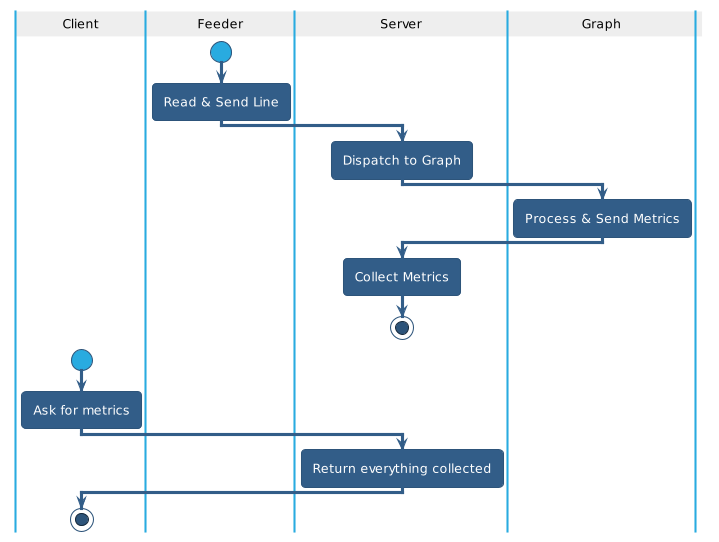
The PlantUML diagram TP2/informe/diagrams/activity.png in FdelMazo/7574-Distribuidos, before a commit.
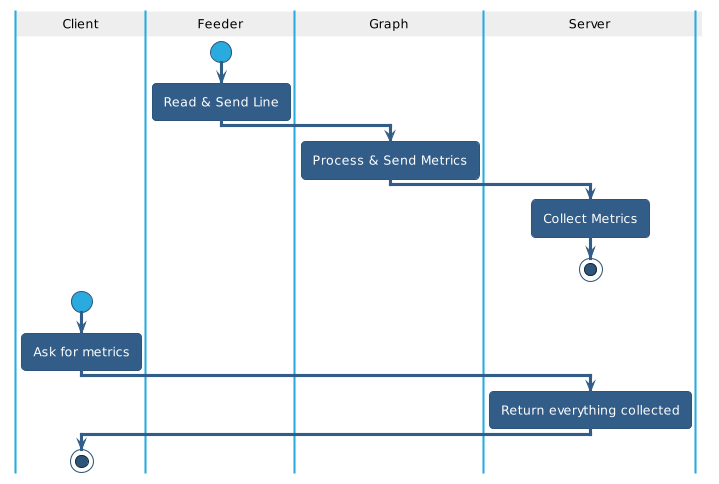
The same file after the commit.

Commit message:
Remove wrong connection between feeder and server

The edit, as a diff of the source:
```diff
@@ -5,14 +5,12 @@
 
 |Client|
 |Feeder|
+|Graph|
 |Server|
-|Graph|
 
 |Feeder|
 start
 :Read & Send Line;
-|Server|
-:Dispatch to Graph;
 |Graph|
 :Process & Send Metrics;
 |Server|
```
